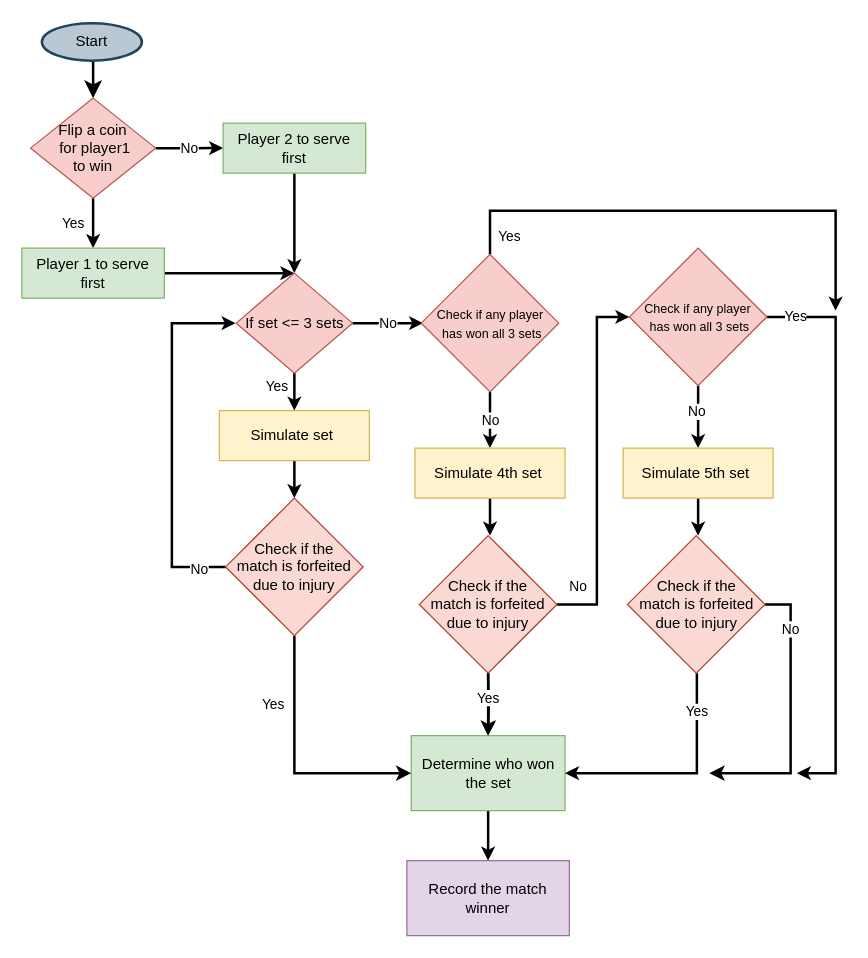
sriksrik7/SYS-611 keeps this draw.io diagram as Final Project/TennisModel/MatchSimulationDiagram.drawio. Above is the earlier version. Source tidied: cells renumbered, new cells numbered last; positions are measured from the earlier drawing's top-left corner, leaving out a move shared by most shapes. Both pictures are drawn from the tidied source at 125%, with x=0, y=0 at pixel (21, 22).
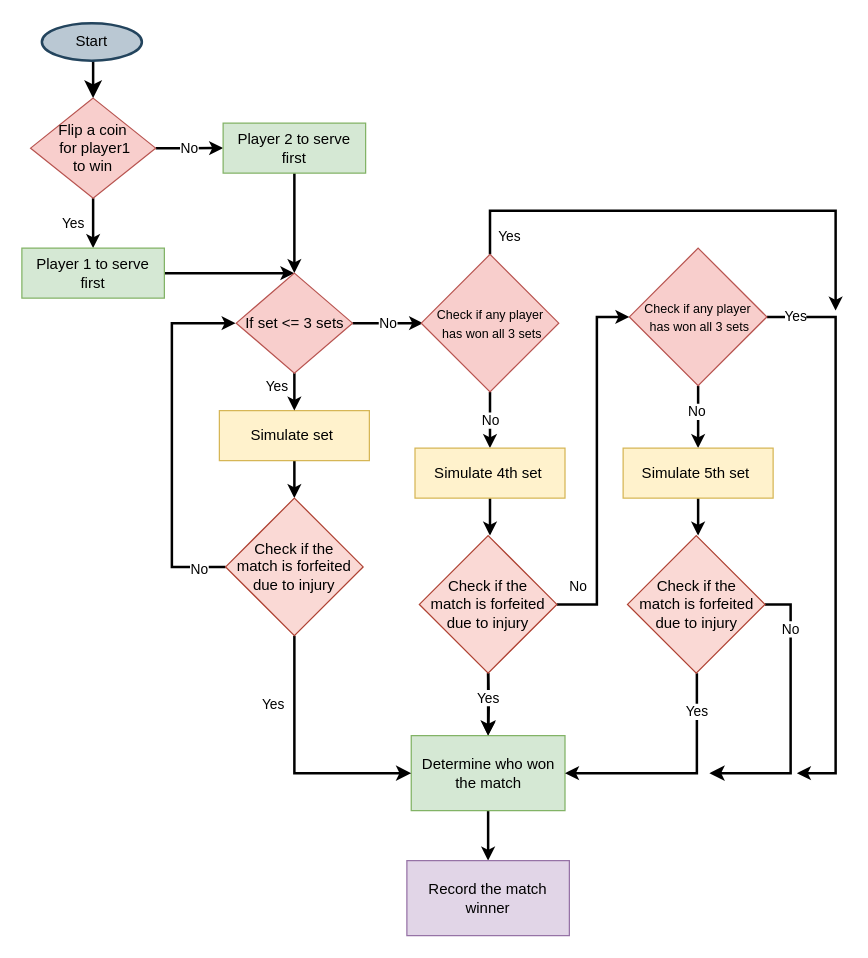
After the change.

What changed in the source:
```diff
@@
-    <mxCell id="28" value="Determine who won the set" style="rounded=0;whiteSpace=wrap;html=1;fillColor=#d5e8d4;strokeColor=#82b366;" parent="1" vertex="1">
+    <mxCell id="28" value="Determine who won the match" style="rounded=0;whiteSpace=wrap;html=1;fillColor=#d5e8d4;strokeColor=#82b366;" parent="1" vertex="1">
       <mxGeometry x="311.5" y="570" width="123" height="60" as="geometry" />
     </mxCell>
```
